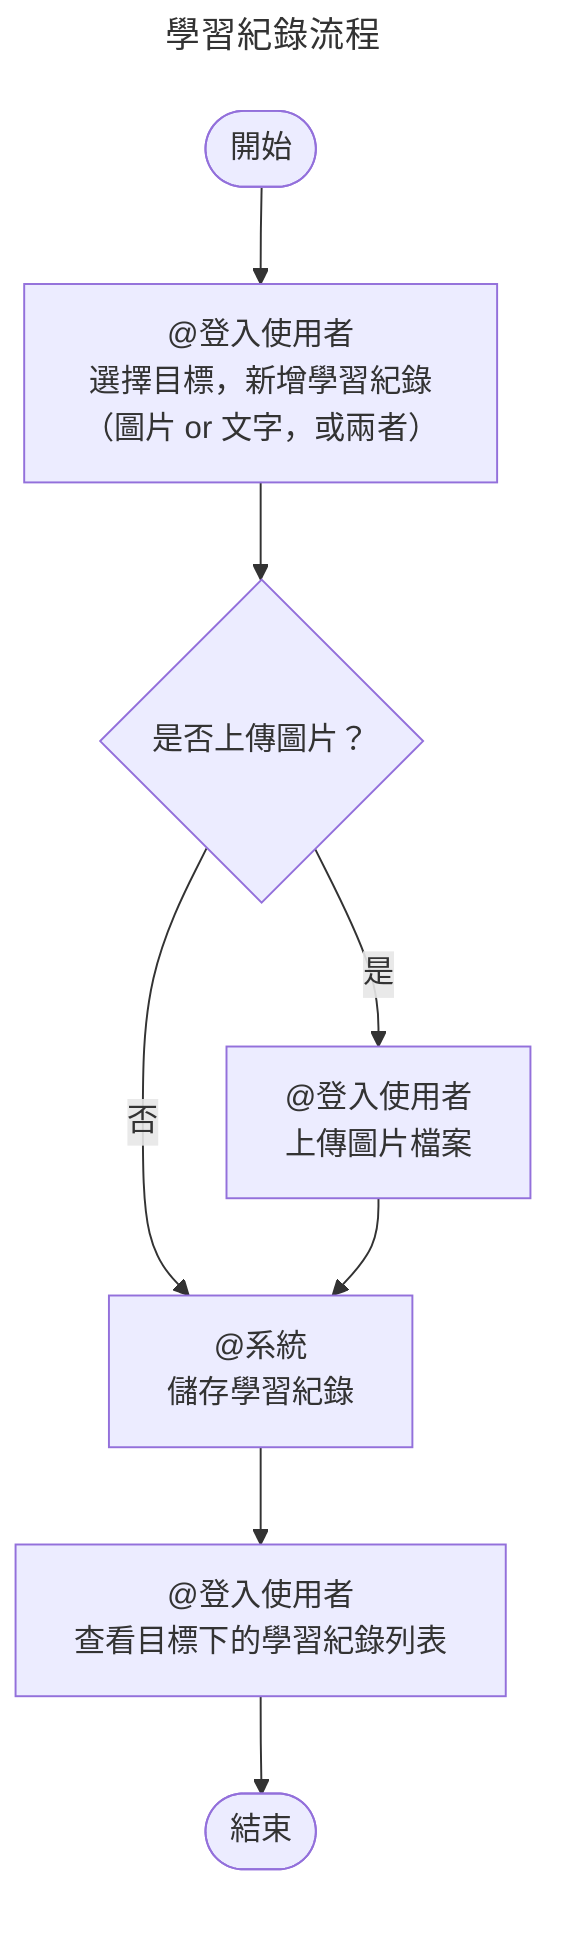
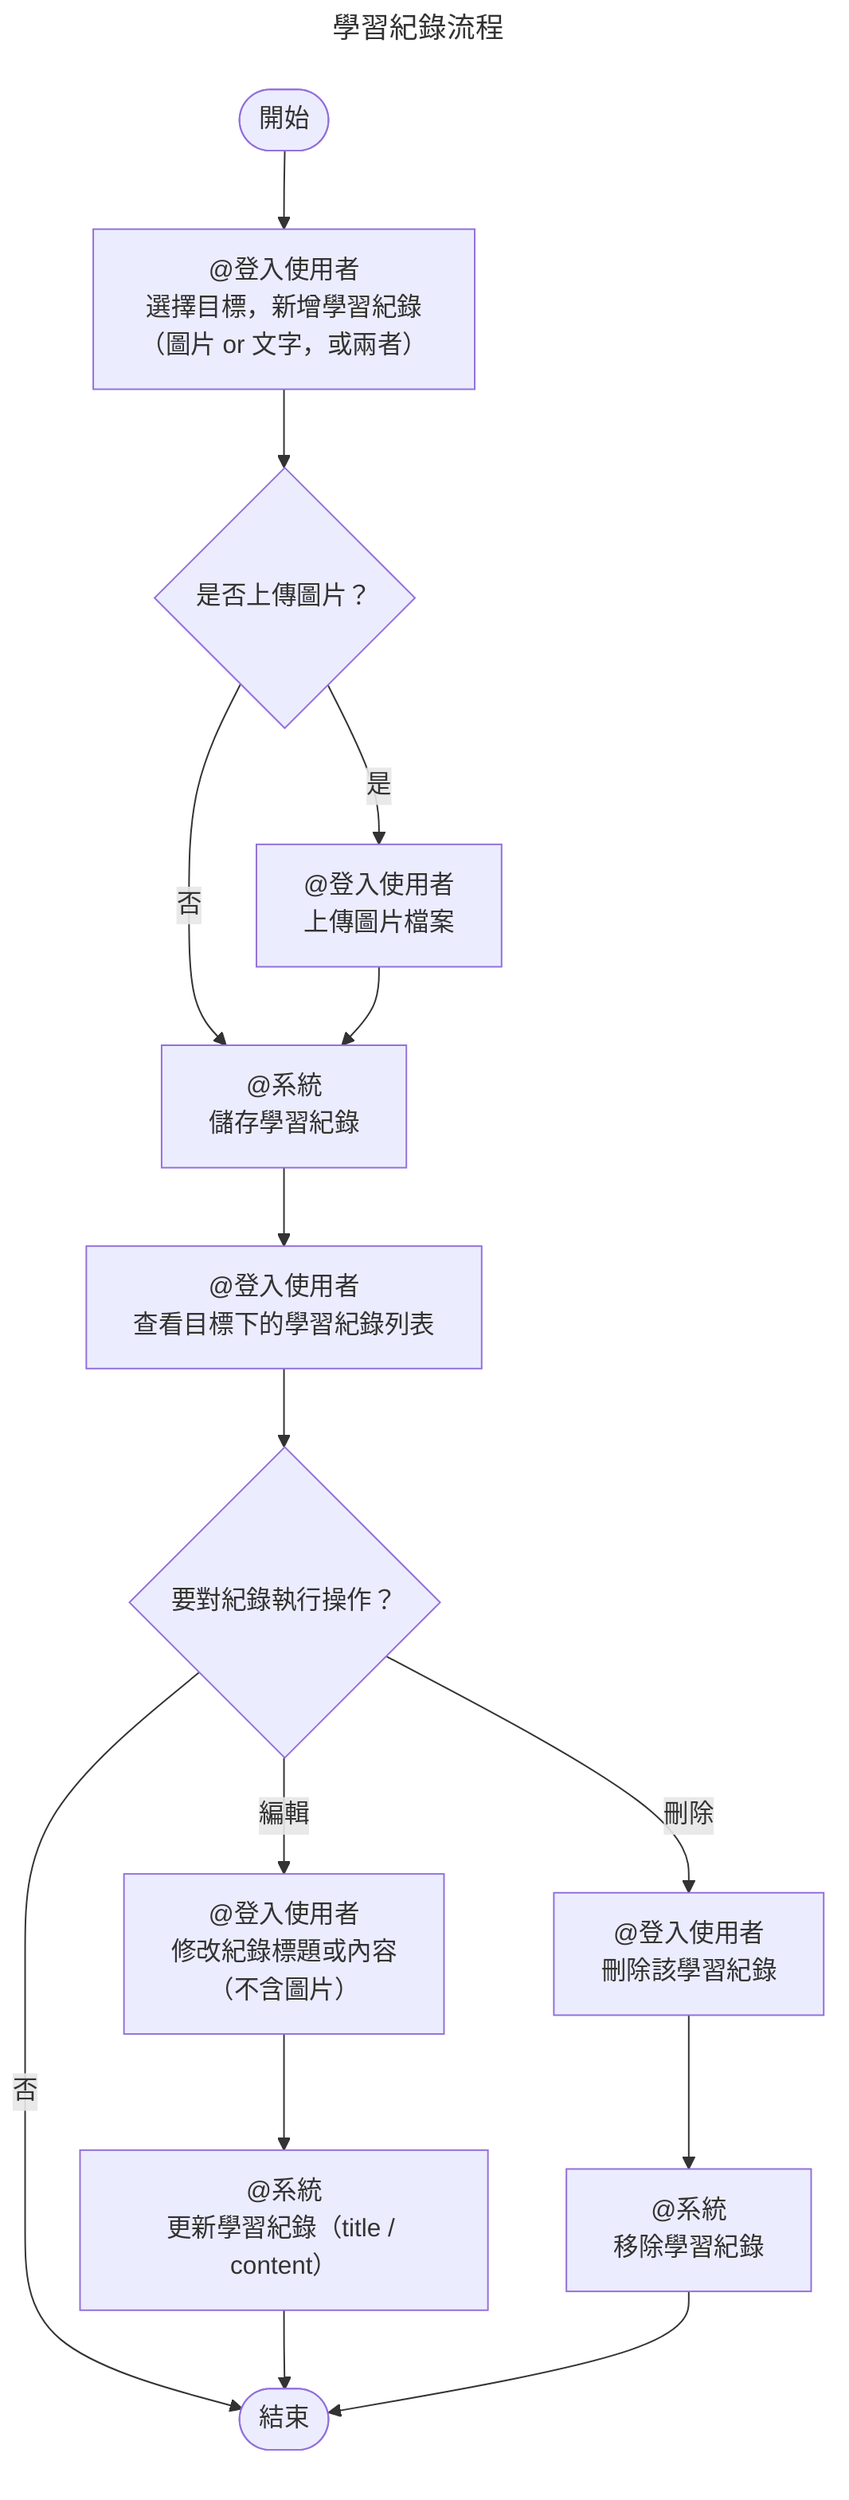
---
title: 學習紀錄流程
actor: 登入使用者
features:
  - learning-record/新增學習紀錄.feature
  - learning-record/查看學習紀錄.feature
+   - learning-record/編輯學習紀錄.feature
+   - learning-record/刪除學習紀錄.feature
---
flowchart TD
    START([開始]) --> A1

    A1["@登入使用者\n選擇目標，新增學習紀錄\n（圖片 or 文字，或兩者）"]
    %% <- 原文「支援上傳圖片與撰寫文字紀錄」
    %% <- 使用者確認：文字必填，圖片可選
    A1 --> A2

    A2{"是否上傳圖片？"}
    A2 -- 是 --> A2A["@登入使用者\n上傳圖片檔案"]
    %% 圖片格式與大小限制由 Phase 04 API Contract 定義
    A2 -- 否 --> A3
    A2A --> A3

    A3["@系統\n儲存學習紀錄"]
    A3 --> A4

    A4["@登入使用者\n查看目標下的學習紀錄列表"]
    %% <- 原文「一個目標可以對應多個學習紀錄」
-     A4 --> END([結束])
+     A4 --> A5
+ 
+     A5{"要對紀錄執行操作？"}
+     A5 -- 編輯 --> A6["@登入使用者\n修改紀錄標題或內容\n（不含圖片）"]
+     A5 -- 刪除 --> A7["@登入使用者\n刪除該學習紀錄"]
+     A5 -- 否 --> END([結束])
+ 
+     A6 --> A8["@系統\n更新學習紀錄（title / content）"]
+     A8 --> END
+     A7 --> A9["@系統\n移除學習紀錄"]
+     A9 --> END
